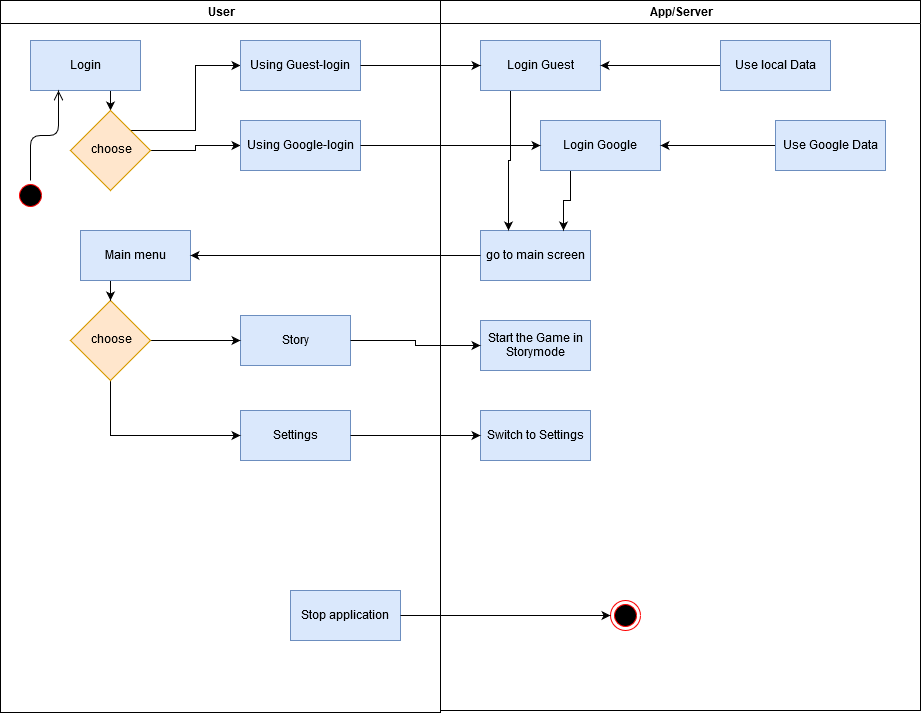
GabrielBalzer/hypercasualgame keeps this draw.io diagram as Activity_dia_mainmenu.png. Above is the earlier version. Source tidied: cells renumbered, new cells last; positions are measured from the earlier drawing's top-left corner, leaving out a move shared by most shapes.
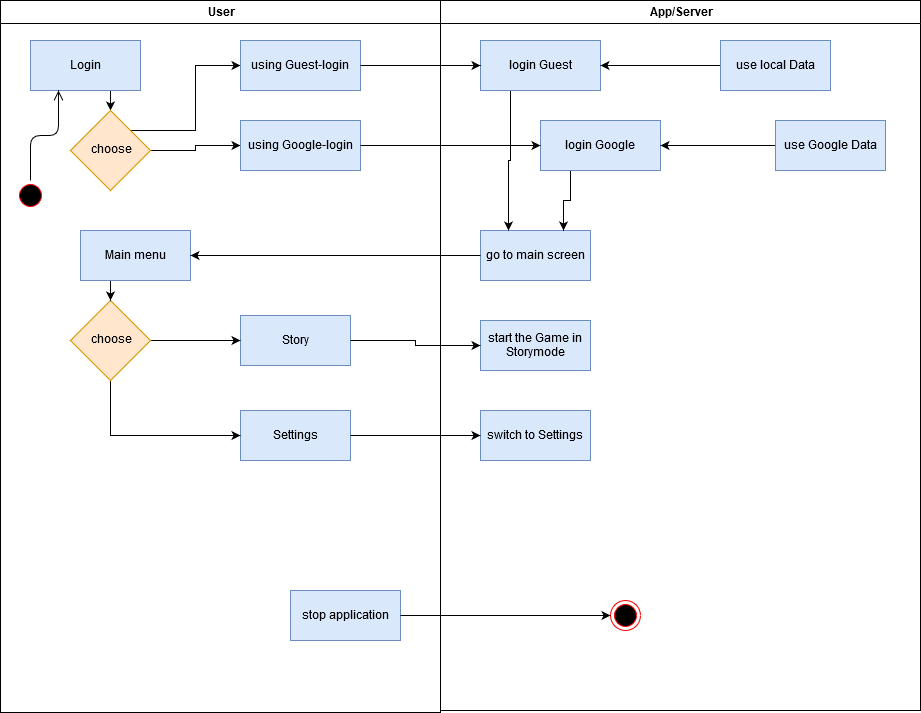
Later version of the same file.

Commit message:
Updated Picture of Activity_dia_mainmenu

Change to the diagram source:
```diff
@@ -41,10 +41,10 @@
     <mxCell id="14" value="choose" style="rhombus;whiteSpace=wrap;html=1;fillColor=#ffe6cc;strokeColor=#d79b00;" parent="2" vertex="1">
       <mxGeometry x="70" y="110" width="80" height="80" as="geometry" />
     </mxCell>
-    <mxCell id="15" value="Using Guest-login" style="fillColor=#dae8fc;strokeColor=#6c8ebf;" parent="2" vertex="1">
+    <mxCell id="15" value="using Guest-login" style="fillColor=#dae8fc;strokeColor=#6c8ebf;" parent="2" vertex="1">
       <mxGeometry x="240" y="40" width="120" height="50" as="geometry" />
     </mxCell>
-    <mxCell id="16" value="Using Google-login" style="fillColor=#dae8fc;strokeColor=#6c8ebf;" parent="2" vertex="1">
+    <mxCell id="16" value="using Google-login" style="fillColor=#dae8fc;strokeColor=#6c8ebf;" parent="2" vertex="1">
       <mxGeometry x="240" y="120" width="120" height="50" as="geometry" />
     </mxCell>
     <mxCell id="17" style="ellipse;html=1;shape=startState;fillColor=#000000;strokeColor=#ff0000;" parent="2" vertex="1">
@@ -53,7 +53,7 @@
     <mxCell id="18" style="edgeStyle=orthogonalEdgeStyle;html=1;verticalAlign=bottom;endArrow=open;endSize=8;strokeColor=#000000;entryX=0.25;entryY=1;entryDx=0;entryDy=0;" parent="2" edge="1" source="17" target="4">
       <mxGeometry relative="1" as="geometry" />
     </mxCell>
-    <mxCell id="19" value="Stop application" style="fillColor=#dae8fc;strokeColor=#6c8ebf;" parent="2" vertex="1">
+    <mxCell id="19" value="stop application" style="fillColor=#dae8fc;strokeColor=#6c8ebf;" parent="2" vertex="1">
       <mxGeometry x="290" y="590" width="110" height="50" as="geometry" />
     </mxCell>
     <mxCell id="20" value="App/Server" style="swimlane;whiteSpace=wrap;" parent="1" vertex="1">
@@ -62,34 +62,34 @@
     <mxCell id="21" value="go to main screen" style="fillColor=#dae8fc;strokeColor=#6c8ebf;" parent="20" vertex="1">
       <mxGeometry x="40" y="230" width="110" height="50" as="geometry" />
     </mxCell>
-    <mxCell id="22" value="Start the Game in &#10;Storymode" style="fillColor=#dae8fc;strokeColor=#6c8ebf;" parent="20" vertex="1">
+    <mxCell id="22" value="start the Game in &#10;Storymode" style="fillColor=#dae8fc;strokeColor=#6c8ebf;" parent="20" vertex="1">
       <mxGeometry x="40" y="320" width="110" height="50" as="geometry" />
     </mxCell>
     <mxCell id="23" style="edgeStyle=orthogonalEdgeStyle;rounded=0;jettySize=auto;html=1;exitX=0.25;exitY=1;exitDx=0;exitDy=0;entryX=0.25;entryY=0;entryDx=0;entryDy=0;" parent="20" edge="1" source="24" target="21">
       <mxGeometry relative="1" as="geometry" />
     </mxCell>
-    <mxCell id="24" value="Login Guest" style="fillColor=#dae8fc;strokeColor=#6c8ebf;" parent="20" vertex="1">
+    <mxCell id="24" value="login Guest" style="fillColor=#dae8fc;strokeColor=#6c8ebf;" parent="20" vertex="1">
       <mxGeometry x="40" y="40" width="120" height="50" as="geometry" />
     </mxCell>
     <mxCell id="25" style="edgeStyle=orthogonalEdgeStyle;rounded=0;jettySize=auto;html=1;exitX=0.25;exitY=1;exitDx=0;exitDy=0;entryX=0.75;entryY=0;entryDx=0;entryDy=0;" parent="20" edge="1" source="26" target="21">
       <mxGeometry relative="1" as="geometry" />
     </mxCell>
-    <mxCell id="26" value="Login Google" style="fillColor=#dae8fc;strokeColor=#6c8ebf;" parent="20" vertex="1">
+    <mxCell id="26" value="login Google" style="fillColor=#dae8fc;strokeColor=#6c8ebf;" parent="20" vertex="1">
       <mxGeometry x="100" y="120" width="120" height="50" as="geometry" />
     </mxCell>
     <mxCell id="27" style="edgeStyle=orthogonalEdgeStyle;rounded=0;jettySize=auto;html=1;exitX=0;exitY=0.5;exitDx=0;exitDy=0;entryX=1;entryY=0.5;entryDx=0;entryDy=0;" parent="20" edge="1" source="28" target="26">
       <mxGeometry relative="1" as="geometry" />
     </mxCell>
-    <mxCell id="28" value="Use Google Data" style="fillColor=#dae8fc;strokeColor=#6c8ebf;" parent="20" vertex="1">
+    <mxCell id="28" value="use Google Data" style="fillColor=#dae8fc;strokeColor=#6c8ebf;" parent="20" vertex="1">
       <mxGeometry x="335" y="120" width="110" height="50" as="geometry" />
     </mxCell>
     <mxCell id="29" style="edgeStyle=orthogonalEdgeStyle;rounded=0;jettySize=auto;html=1;exitX=0;exitY=0.5;exitDx=0;exitDy=0;entryX=1;entryY=0.5;entryDx=0;entryDy=0;" parent="20" edge="1" source="30" target="24">
       <mxGeometry relative="1" as="geometry" />
     </mxCell>
-    <mxCell id="30" value="Use local Data" style="fillColor=#dae8fc;strokeColor=#6c8ebf;" parent="20" vertex="1">
+    <mxCell id="30" value="use local Data" style="fillColor=#dae8fc;strokeColor=#6c8ebf;" parent="20" vertex="1">
       <mxGeometry x="280" y="40" width="110" height="50" as="geometry" />
     </mxCell>
-    <mxCell id="31" value="Switch to Settings" style="fillColor=#dae8fc;strokeColor=#6c8ebf;" parent="20" vertex="1">
+    <mxCell id="31" value="switch to Settings" style="fillColor=#dae8fc;strokeColor=#6c8ebf;" parent="20" vertex="1">
       <mxGeometry x="40" y="410" width="110" height="50" as="geometry" />
     </mxCell>
     <mxCell id="32" style="ellipse;html=1;shape=endState;fillColor=#000000;strokeColor=#ff0000;" parent="20" vertex="1">
```
